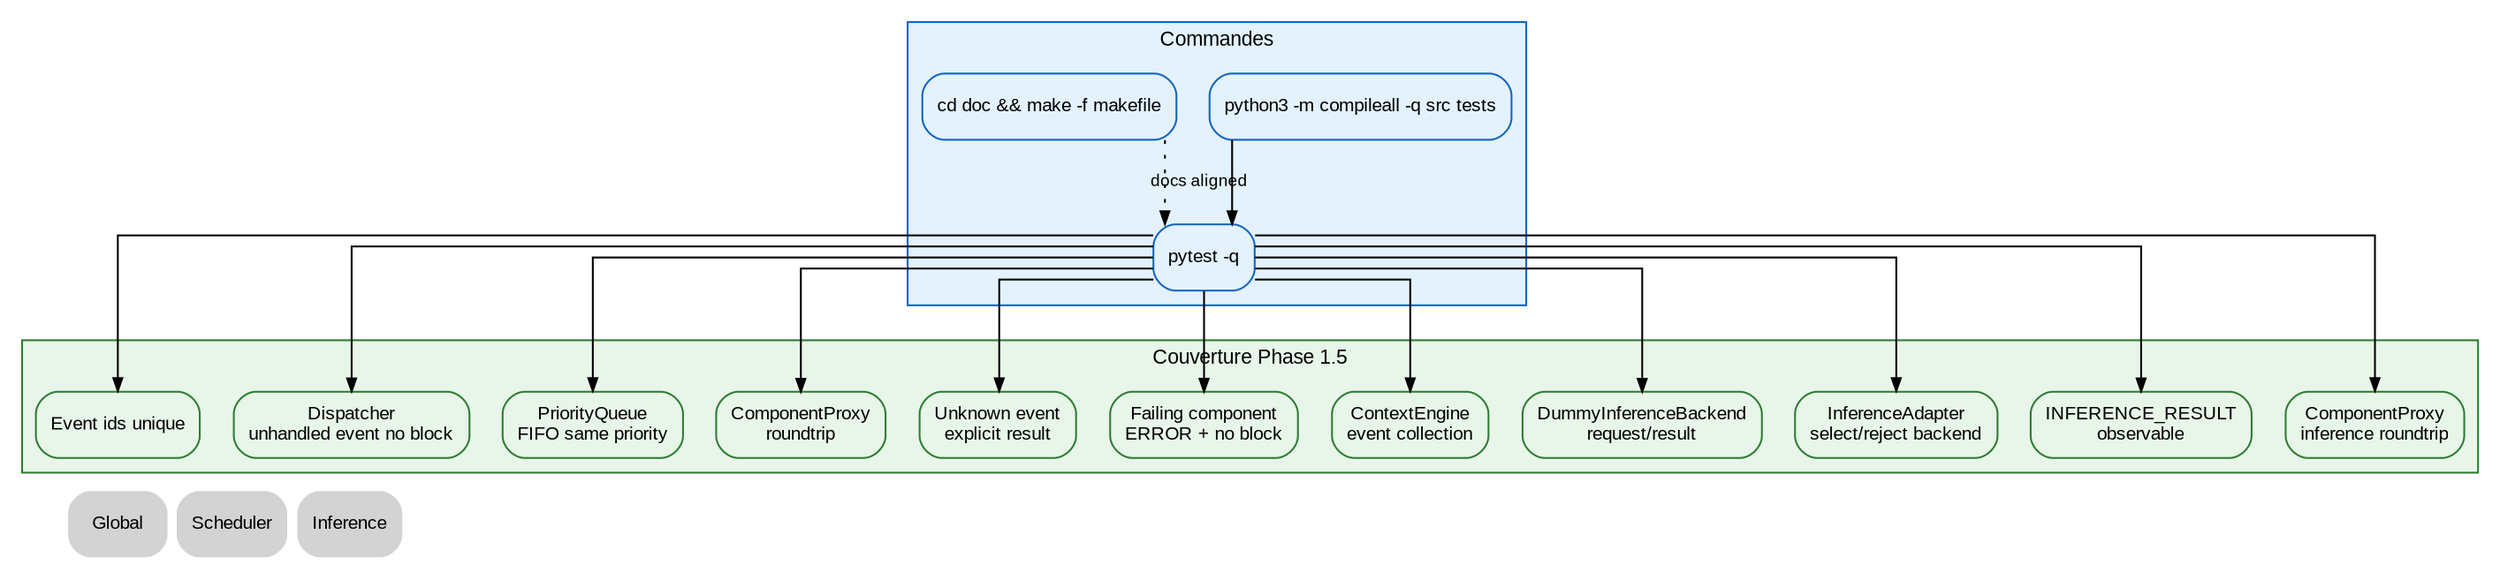
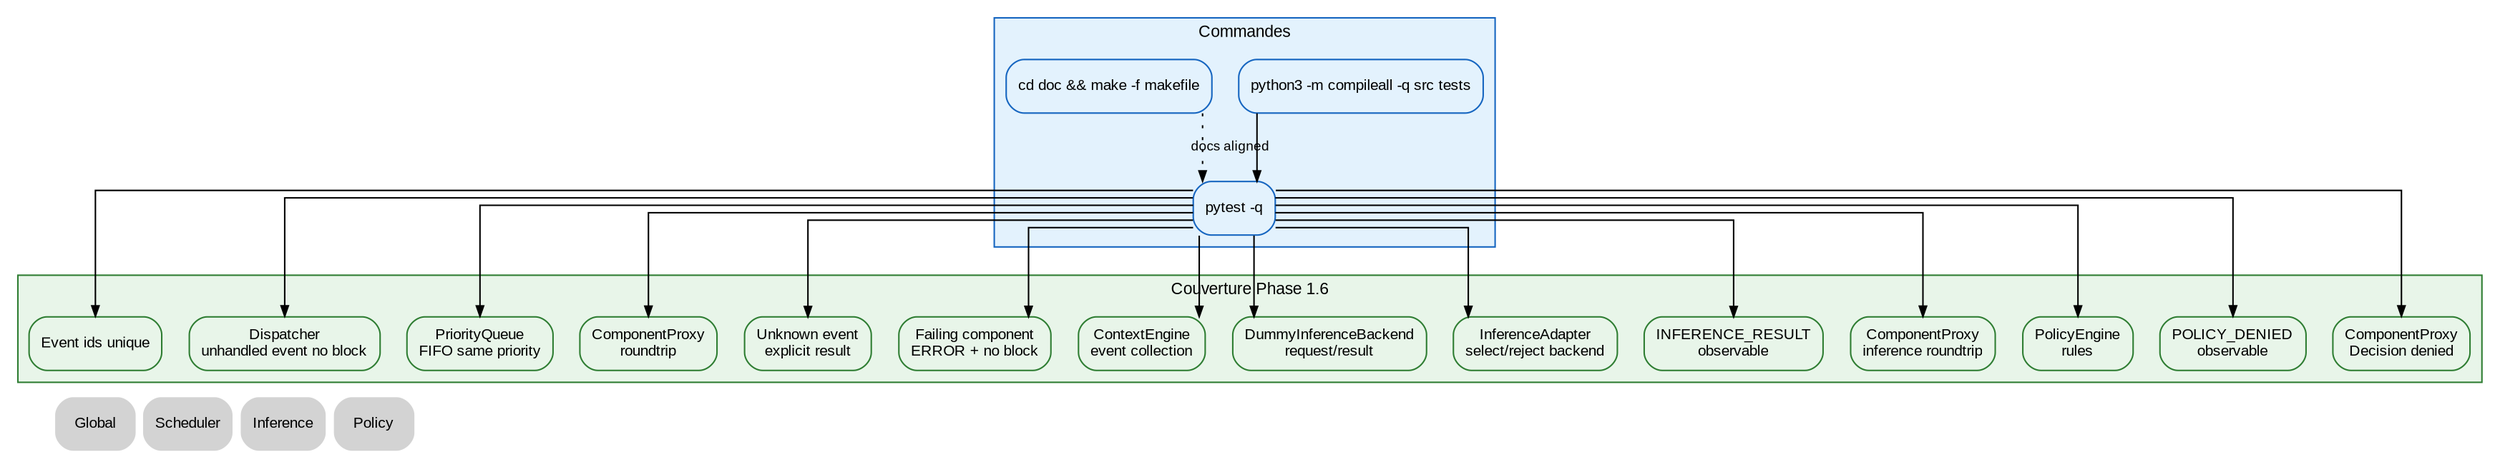
digraph Tests {
    rankdir=TB;
    splines=ortho;

    graph [fontname="Arial", fontsize=11];
    node [shape=box, style="rounded,filled", fontname="Arial", fontsize=10];
    edge [fontname="Arial", fontsize=9, arrowsize=0.7];

-     // ROADMAP_NOTE[phase1_5]:
-     // La couverture ajoute InferenceAdapter afin de tester la sélection
-     // explicite des backends avant l'intégration OpenVINO.
+     // ROADMAP_NOTE[phase1_6]:
+     // La couverture ajoute PolicyEngine. Les tests vérifient les refus
+     // déterministes avant entrée en queue, la publication POLICY_DENIED et
+     // le retour Decision via Request.reply.

    subgraph cluster_commands {
        label="Commandes";
        color="#1565c0";
        bgcolor="#e3f2fd";
        node [fillcolor="#e3f2fd", color="#1565c0"];
        Compile [label="python3 -m compileall -q src tests"];
        Pytest [label="pytest -q"];
        Dot [label="cd doc && make -f makefile"];
    }

    subgraph cluster_coverage {
-         label="Couverture Phase 1.5";
+         label="Couverture Phase 1.6";
        color="#2e7d32";
        bgcolor="#e8f5e9";
        node [fillcolor="#e8f5e9", color="#2e7d32"];
        EventIds [label="Event ids unique"];
        Dispatcher [label="Dispatcher\nunhandled event no block"];
        Queue [label="PriorityQueue\nFIFO same priority"];
        Proxy [label="ComponentProxy\nroundtrip"];
        Unknown [label="Unknown event\nexplicit result"];
        Failure [label="Failing component\nERROR + no block"];
        Context [label="ContextEngine\nevent collection"];
        Inference [label="DummyInferenceBackend\nrequest/result"];
        InferenceAdapter [label="InferenceAdapter\nselect/reject backend"];
        InferenceObs [label="INFERENCE_RESULT\nobservable"];
        InferenceProxy [label="ComponentProxy\ninference roundtrip"];
+         PolicyRules [label="PolicyEngine\nrules"];
+         PolicyDenied [label="POLICY_DENIED\nobservable"];
+         PolicyProxy [label="ComponentProxy\nDecision denied"];
    }

    Compile -> Pytest;
    Pytest -> EventIds;
    Pytest -> Dispatcher;
    Pytest -> Queue;
    Pytest -> Proxy;
    Pytest -> Unknown;
    Pytest -> Failure;
    Pytest -> Context;
    Pytest -> Inference;
    Pytest -> InferenceAdapter;
    Pytest -> InferenceObs;
    Pytest -> InferenceProxy;
+     Pytest -> PolicyRules;
+     Pytest -> PolicyDenied;
+     Pytest -> PolicyProxy;
    Dot -> Pytest [style=dotted, label="docs aligned"];

    Nav_Global [label="Global", shape=plaintext, URL="../00_global.svg"];
    Nav_Scheduler [label="Scheduler", shape=plaintext, URL="../scheduler/10_scheduler.svg"];
    Nav_Inference [label="Inference", shape=plaintext, URL="../inference/40_inference.svg"];
+     Nav_Policy [label="Policy", shape=plaintext, URL="../00_global.svg"];

-     { rank=sink; Nav_Global; Nav_Scheduler; Nav_Inference; }
+     { rank=sink; Nav_Global; Nav_Scheduler; Nav_Inference; Nav_Policy; }
}
